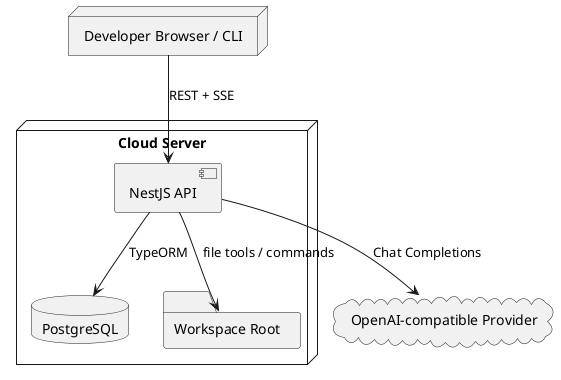
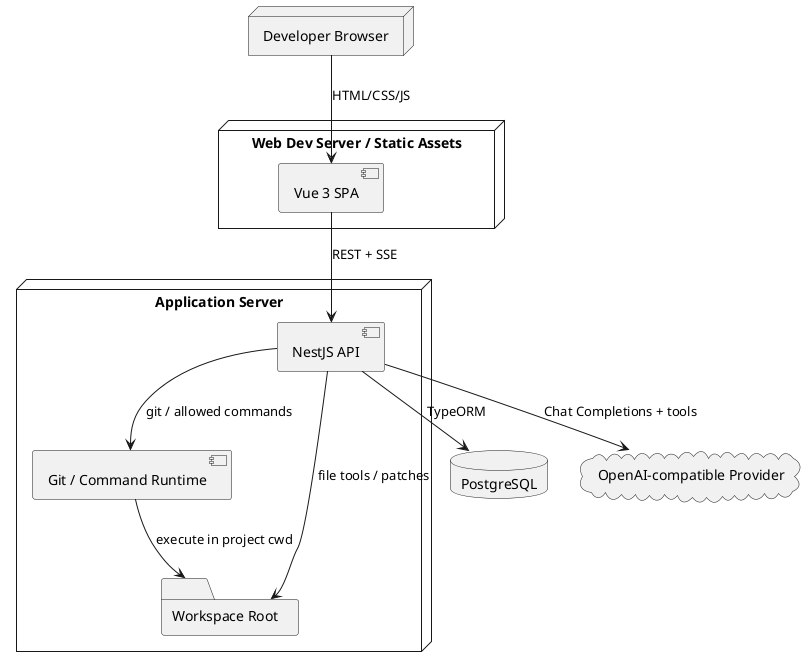
@startuml
- node "Developer Browser / CLI" as Client
- node "Cloud Server" {
+ node "Developer Browser" as Browser
+ node "Web Dev Server / Static Assets" as Web {
+   component "Vue 3 SPA" as SPA
+ }
+ 
+ node "Application Server" {
  component "NestJS API" as API
-   database "PostgreSQL" as DB
+   component "Git / Command Runtime" as Runtime
  folder "Workspace Root" as WS
}
+ 
+ database "PostgreSQL" as DB
cloud "OpenAI-compatible Provider" as LLM

- Client --> API : REST + SSE
+ Browser --> SPA : HTML/CSS/JS
+ SPA --> API : REST + SSE
API --> DB : TypeORM
- API --> WS : file tools / commands
- API --> LLM : Chat Completions
+ API --> WS : file tools / patches
+ API --> Runtime : git / allowed commands
+ Runtime --> WS : execute in project cwd
+ API --> LLM : Chat Completions + tools
@enduml
- 
